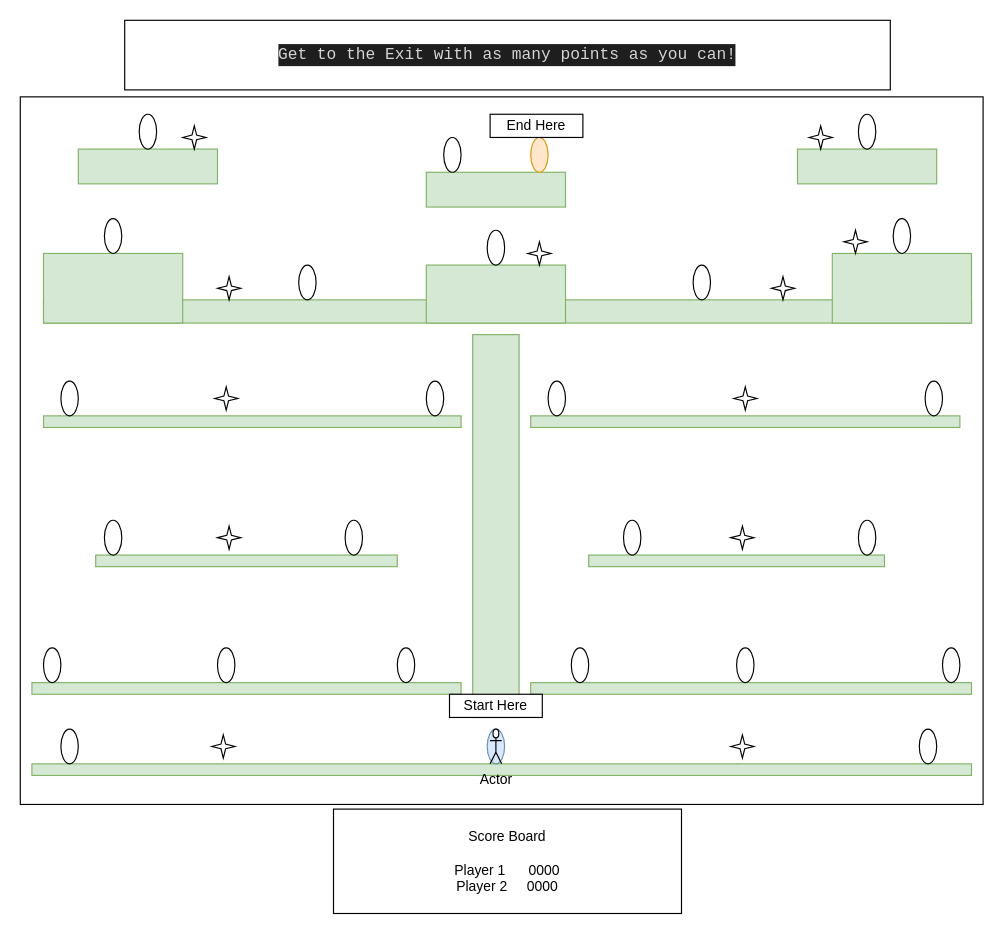
This is Untitled Diagram.drawio from Dvogel345/Capstone-Project1, a draw.io file, before an edit. Source tidied: cells renumbered, new cells numbered last; positions are measured from the earlier drawing's top-left corner, leaving out a move shared by most shapes. Both pictures are drawn from the tidied source at 116%, with x=0, y=0 at pixel (20, 20).
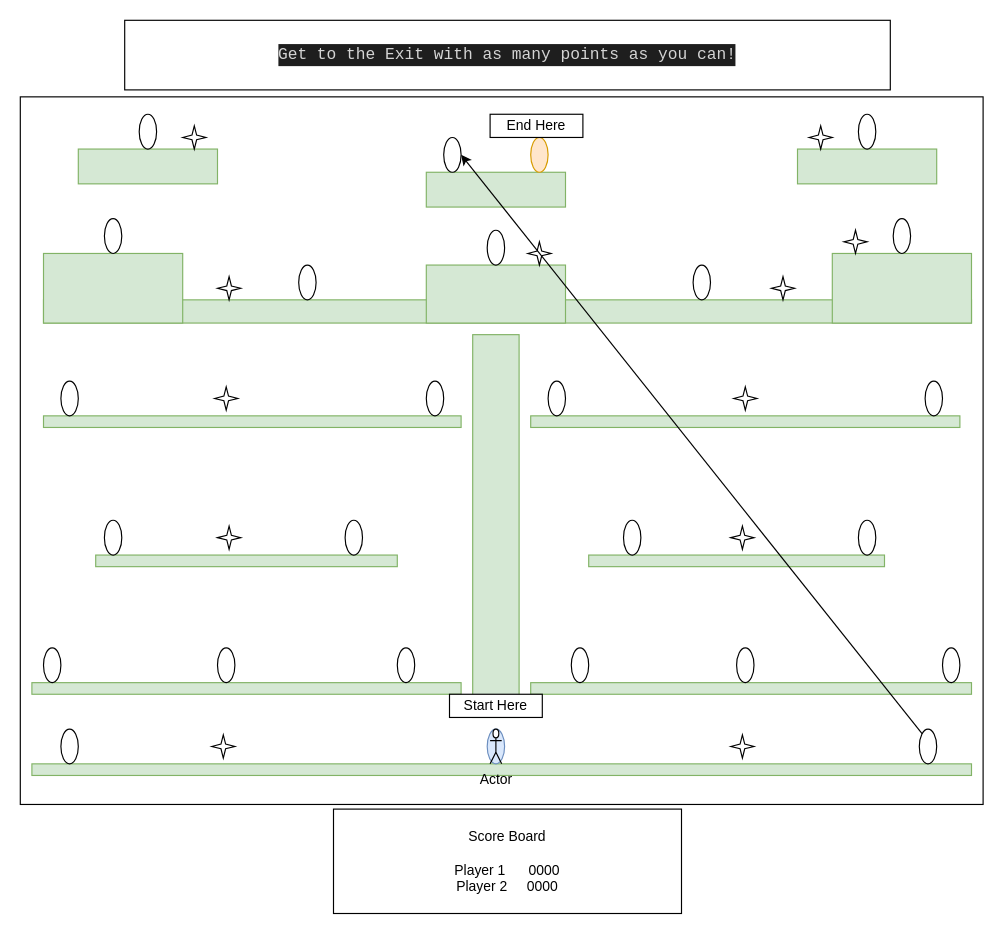
The same page after the edit.

The change refers to these unchanged cells:
```xml
<mxCell id="28" style="ellipse;whiteSpace=wrap;html=1;" parent="1" vertex="1">
  <mxGeometry x="775" y="611" width="15" height="30" as="geometry" />
</mxCell>
<mxCell id="34" style="ellipse;whiteSpace=wrap;html=1;" parent="1" vertex="1">
  <mxGeometry x="365" y="101" width="15" height="30" as="geometry" />
</mxCell>
```

Change to the diagram source:
```diff
@@
+    <mxCell id="61" style="endArrow=classic;html=1;rounded=0;exitX=0;exitY=0;exitDx=0;exitDy=0;entryX=1;entryY=0.5;entryDx=0;entryDy=0;" parent="1" edge="1" source="28" target="34">
+      <mxGeometry relative="1" as="geometry" />
+    </mxCell>
```
